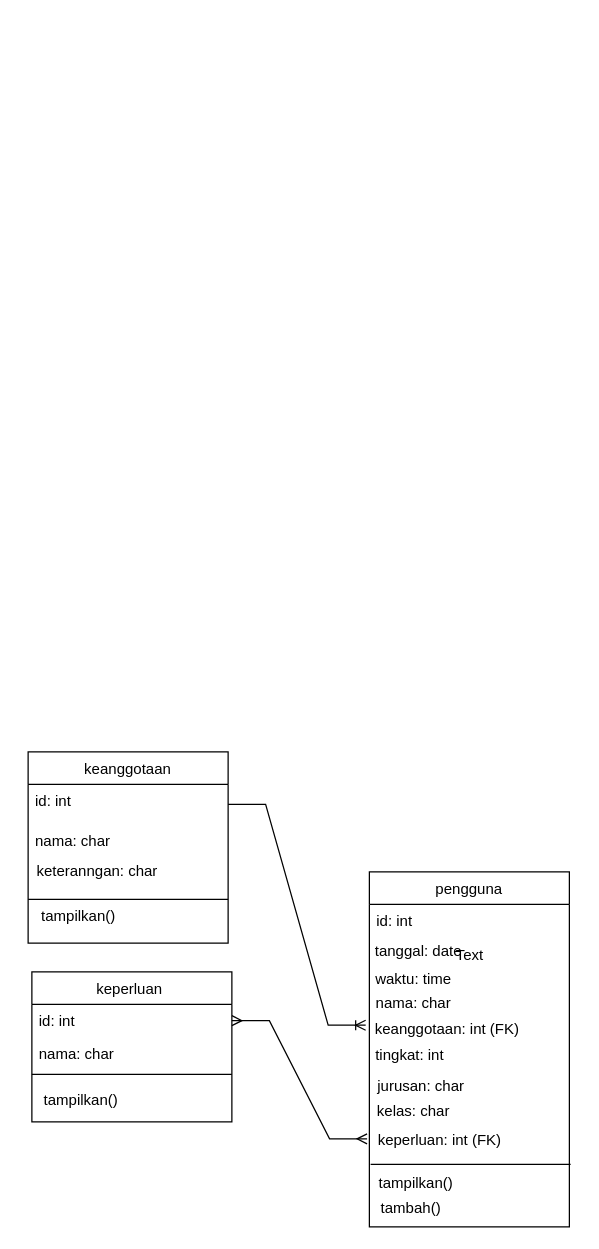
Above: Untitled Diagram.drawio in rifffki82/class-Diagram (draw.io), before the change. Source tidied: cells renumbered, new cells numbered last; positions are measured from the earlier drawing's top-left corner, leaving out a move shared by most shapes. Both pictures are drawn from the tidied source at 125%, with x=0, y=0 at pixel (21, 751).
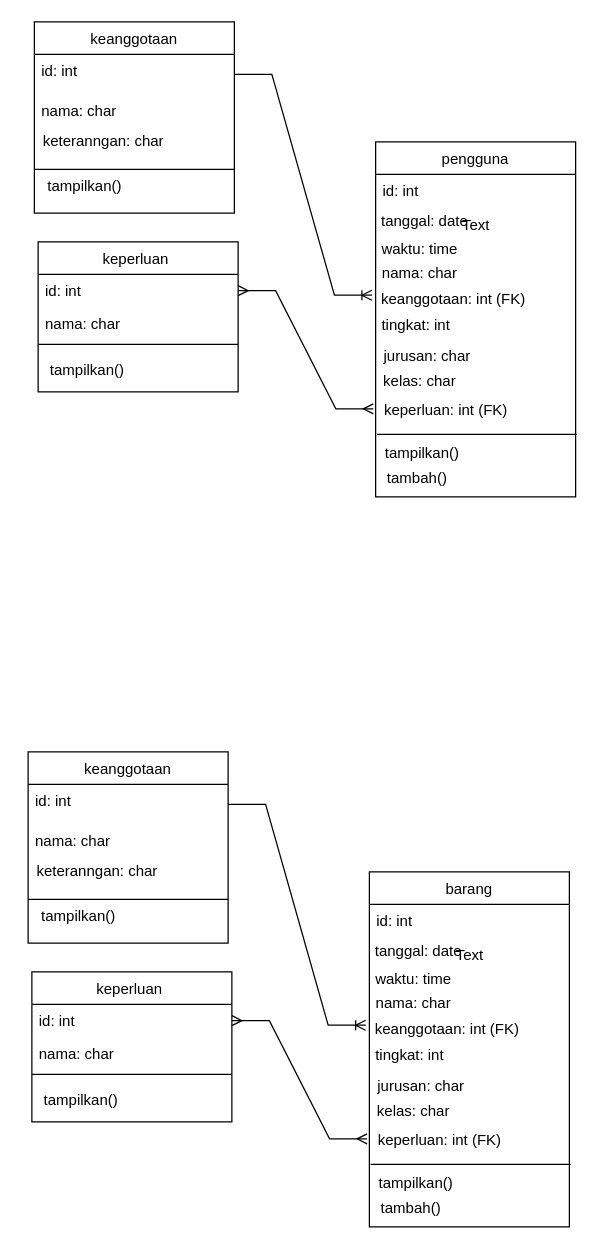
Above is the later version.

The edit, as a diff of the source:
```diff
@@
-    <mxCell id="6" value="pengguna" style="swimlane;fontStyle=0;align=center;verticalAlign=top;horizontal=1;startSize=26;rounded=0;shadow=0;strokeWidth=1;" parent="1" vertex="1">
+    <mxCell id="6" value="barang" style="swimlane;fontStyle=0;align=center;verticalAlign=top;horizontal=1;startSize=26;rounded=0;shadow=0;strokeWidth=1;" parent="1" vertex="1">
       <mxGeometry x="278" y="96" width="160" height="284" as="geometry" />
     </mxCell>
@@
+    <mxCell id="29" value="keperluan " style="swimlane;fontStyle=0;align=center;verticalAlign=top;horizontal=1;startSize=26;rounded=0;shadow=0;strokeWidth=1;" parent="1" vertex="1">
+      <mxGeometry x="13" y="-408" width="160" height="120" as="geometry" />
+    </mxCell>
+    <mxCell id="30" value="id: int" style="text;align=left;verticalAlign=top;spacingLeft=4;spacingRight=4;overflow=hidden;points=[[0,0.5],[1,0.5]];portConstraint=eastwest;" parent="29" vertex="1">
+      <mxGeometry y="26" width="160" height="26" as="geometry" />
+    </mxCell>
+    <mxCell id="31" value="nama: char" style="text;align=left;verticalAlign=top;spacingLeft=4;spacingRight=4;overflow=hidden;rounded=0;shadow=0;html=0;" parent="29" vertex="1">
+      <mxGeometry y="52" width="160" height="26" as="geometry" />
+    </mxCell>
+    <mxCell id="32" style="line;html=1;strokeWidth=1;align=left;verticalAlign=middle;spacingTop=-1;spacingLeft=3;spacingRight=3;labelPosition=right;" parent="29" vertex="1">
+      <mxGeometry y="78" width="160" height="8" as="geometry" />
+    </mxCell>
+    <mxCell id="33" value="pengguna" style="swimlane;fontStyle=0;align=center;verticalAlign=top;horizontal=1;startSize=26;rounded=0;shadow=0;strokeWidth=1;" parent="1" vertex="1">
+      <mxGeometry x="283" y="-488" width="160" height="284" as="geometry" />
+    </mxCell>
+    <mxCell id="34" value="id: int " style="text;align=left;verticalAlign=top;spacingLeft=4;spacingRight=4;overflow=hidden;" parent="33" vertex="1">
+      <mxGeometry y="26" width="160" height="26" as="geometry" />
+    </mxCell>
+    <mxCell id="35" value="Text" style="text;html=1;align=center;verticalAlign=middle;strokeColor=none;fillColor=none;" parent="33" vertex="1">
+      <mxGeometry y="52" width="160" height="30" as="geometry" />
+    </mxCell>
+    <mxCell id="36" value="tanggal: date" style="text;html=1;align=center;verticalAlign=middle;strokeColor=none;fillColor=none;" parent="1" vertex="1">
+      <mxGeometry x="277" y="-439" width="90" height="30" as="geometry" />
+    </mxCell>
+    <mxCell id="37" value="waktu: time" style="text;html=1;align=center;verticalAlign=middle;strokeColor=none;fillColor=none;" parent="1" vertex="1">
+      <mxGeometry x="278" y="-417" width="80" height="30" as="geometry" />
+    </mxCell>
+    <mxCell id="38" value="nama: char" style="text;html=1;align=center;verticalAlign=middle;strokeColor=none;fillColor=none;" parent="1" vertex="1">
+      <mxGeometry x="278" y="-398" width="80" height="30" as="geometry" />
+    </mxCell>
+    <mxCell id="39" value="keanggotaan: int (FK)" style="text;html=1;align=center;verticalAlign=middle;points=[];strokeColor=none;fillColor=none;" parent="1" vertex="1">
+      <mxGeometry x="275" y="-377" width="140" height="30" as="geometry" />
+    </mxCell>
+    <mxCell id="40" value="tingkat: int" style="text;html=1;align=center;verticalAlign=middle;strokeColor=none;fillColor=none;" parent="1" vertex="1">
+      <mxGeometry x="275" y="-356" width="80" height="30" as="geometry" />
+    </mxCell>
+    <mxCell id="41" value="jurusan: char" style="text;html=1;align=center;verticalAlign=middle;strokeColor=none;fillColor=none;" parent="1" vertex="1">
+      <mxGeometry x="279" y="-331" width="90" height="30" as="geometry" />
+    </mxCell>
+    <mxCell id="42" value="kelas: char" style="text;html=1;align=center;verticalAlign=middle;strokeColor=none;fillColor=none;" parent="1" vertex="1">
+      <mxGeometry x="278" y="-311" width="80" height="30" as="geometry" />
+    </mxCell>
+    <mxCell id="43" value="keperluan: int (FK)" style="text;html=1;align=center;verticalAlign=middle;points=[];strokeColor=none;fillColor=none;" parent="1" vertex="1">
+      <mxGeometry x="279" y="-288" width="120" height="30" as="geometry" />
+    </mxCell>
+    <mxCell id="44" style="line;html=1;strokeWidth=1;align=left;verticalAlign=middle;spacingTop=-1;spacingLeft=3;spacingRight=3;labelPosition=right;" parent="1" vertex="1">
+      <mxGeometry x="284" y="-258" width="160" height="8" as="geometry" />
+    </mxCell>
+    <mxCell id="45" value="tampilkan()" style="text;html=1;align=center;verticalAlign=middle;strokeColor=none;fillColor=none;" parent="1" vertex="1">
+      <mxGeometry x="280" y="-254" width="80" height="30" as="geometry" />
+    </mxCell>
+    <mxCell id="46" value="tambah()" style="text;html=1;align=center;verticalAlign=middle;strokeColor=none;fillColor=none;" parent="1" vertex="1">
+      <mxGeometry x="281" y="-234" width="70" height="30" as="geometry" />
+    </mxCell>
+    <mxCell id="47" value="tampilkan()" style="text;html=1;align=center;verticalAlign=middle;strokeColor=none;fillColor=none;" parent="1" vertex="1">
+      <mxGeometry x="12" y="-320" width="80" height="30" as="geometry" />
+    </mxCell>
+    <mxCell id="48" value="keanggotaan" style="swimlane;fontStyle=0;align=center;verticalAlign=top;horizontal=1;startSize=26;rounded=0;shadow=0;strokeWidth=1;" parent="1" vertex="1">
+      <mxGeometry x="10" y="-584" width="160" height="153" as="geometry" />
+    </mxCell>
+    <mxCell id="49" value="id: int" style="text;align=left;verticalAlign=top;spacingLeft=4;spacingRight=4;overflow=hidden;points=[[0,0.5],[1,0.5]];portConstraint=eastwest;" parent="48" vertex="1">
+      <mxGeometry y="26" width="160" height="32" as="geometry" />
+    </mxCell>
+    <mxCell id="50" value="nama: char" style="text;align=left;verticalAlign=top;spacingLeft=4;spacingRight=4;overflow=hidden;rounded=0;shadow=0;html=0;" parent="48" vertex="1">
+      <mxGeometry y="58" width="160" height="26" as="geometry" />
+    </mxCell>
+    <mxCell id="51" value="tampilkan()" style="text;html=1;align=center;verticalAlign=middle;strokeColor=none;fillColor=none;" parent="1" vertex="1">
+      <mxGeometry x="10" y="-467" width="80" height="30" as="geometry" />
+    </mxCell>
+    <mxCell id="52" style="line;html=1;strokeWidth=1;align=left;verticalAlign=middle;spacingTop=-1;spacingLeft=3;spacingRight=3;labelPosition=right;" parent="1" vertex="1">
+      <mxGeometry x="10" y="-470" width="160" height="8" as="geometry" />
+    </mxCell>
+    <mxCell id="53" value="keteranngan: char" style="text;html=1;align=center;verticalAlign=middle;strokeColor=none;fillColor=none;" parent="1" vertex="1">
+      <mxGeometry x="5" y="-503" width="120" height="30" as="geometry" />
+    </mxCell>
+    <mxCell id="54" style="edgeStyle=entityRelationEdgeStyle;fontSize=12;html=1;endArrow=ERoneToMany;rounded=0;exitX=1;exitY=0.5;exitDx=0;exitDy=0;entryX=0.036;entryY=0.389;entryDx=0;entryDy=0;entryPerimeter=0;" parent="1" edge="1" source="49" target="39">
+      <mxGeometry relative="1" as="geometry" />
+    </mxCell>
+    <mxCell id="55" style="edgeStyle=entityRelationEdgeStyle;fontSize=12;html=1;endArrow=ERmany;startArrow=ERmany;rounded=0;exitX=1;exitY=0.5;exitDx=0;exitDy=0;entryX=0.018;entryY=0.452;entryDx=0;entryDy=0;entryPerimeter=0;" parent="1" edge="1" source="30" target="43">
+      <mxGeometry relative="1" as="geometry" />
+    </mxCell>
```
